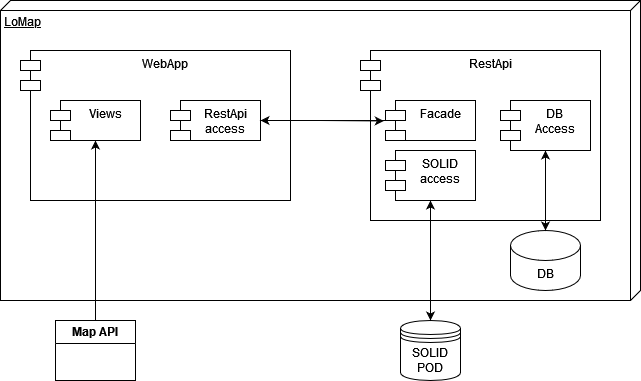
The draw.io diagram docs/images/5-BuildingBlock/BuildingBlockLvl2.drawio.png in Arquisoft/lomap_en1b, before a commit. Source tidied: cells renumbered, new cells last; positions are measured from the earlier drawing's top-left corner, leaving out a move shared by most shapes.
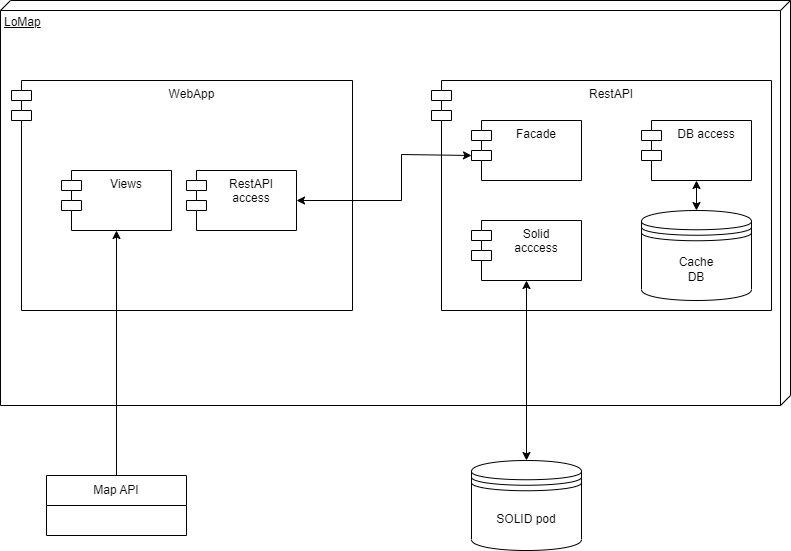
The same diagram one commit later.

Diff of the diagram source:
```diff
@@ -1,75 +1,56 @@
 <mxGraphModel>
   <root>
-    <mxCell id="0" />
-    <mxCell id="1" parent="0" />
+    <mxCell id="20" />
+    <mxCell id="21" parent="20" />
-    <mxCell id="2" value="LoMap" style="verticalAlign=top;align=left;spacingTop=8;spacingLeft=2;spacingRight=12;shape=cube;size=10;direction=south;fontStyle=4;html=1;whiteSpace=wrap;" parent="1" vertex="1">
-      <mxGeometry width="640" height="300" as="geometry" />
+    <mxCell id="2" value="LoMap" style="verticalAlign=top;align=left;spacingTop=8;spacingLeft=2;spacingRight=12;shape=cube;size=10;direction=south;fontStyle=4;html=1;" parent="21" vertex="1">
+      <mxGeometry x="-41" y="100" width="790" height="405" as="geometry" />
     </mxCell>
-    <mxCell id="3" value="WebApp" style="shape=module;align=left;spacingLeft=20;align=center;verticalAlign=top;whiteSpace=wrap;html=1;" parent="1" vertex="1">
-      <mxGeometry x="20" y="50" width="270" height="150" as="geometry" />
+    <mxCell id="3" value="WebApp" style="shape=module;align=left;spacingLeft=20;align=center;verticalAlign=top;" parent="21" vertex="1">
+      <mxGeometry x="-30" y="180" width="341" height="230" as="geometry" />
     </mxCell>
-    <mxCell id="4" value="RestApi" style="shape=module;align=left;spacingLeft=20;align=center;verticalAlign=top;whiteSpace=wrap;html=1;" parent="1" vertex="1">
-      <mxGeometry x="360" y="50" width="240" height="170" as="geometry" />
-    </mxCell>
-    <mxCell id="5" style="edgeStyle=orthogonalEdgeStyle;rounded=0;jettySize=auto;html=1;" parent="1" edge="1" source="6" target="19">
-      <mxGeometry relative="1" as="geometry" />
-    </mxCell>
-    <mxCell id="6" value="SOLID POD" style="shape=datastore;whiteSpace=wrap;html=1;" parent="1" vertex="1">
-      <mxGeometry x="400" y="320" width="60" height="60" as="geometry" />
-    </mxCell>
-    <mxCell id="7" style="edgeStyle=orthogonalEdgeStyle;rounded=0;jettySize=auto;html=1;entryX=0.5;entryY=1;entryDx=0;entryDy=0;exitX=0.5;exitY=0;exitDx=0;exitDy=0;exitPerimeter=0;" parent="1" edge="1" source="8" target="17">
-      <mxGeometry relative="1" as="geometry">
-        <Array as="points">
-          <mxPoint x="545" y="200" />
-          <mxPoint x="545" y="200" />
-        </Array>
-      </mxGeometry>
-    </mxCell>
-    <mxCell id="8" value="DB" style="shape=cylinder3;whiteSpace=wrap;html=1;boundedLbl=1;backgroundOutline=1;size=15;" parent="1" vertex="1">
-      <mxGeometry x="510" y="230" width="70" height="60" as="geometry" />
-    </mxCell>
+    <mxCell id="22" value="RestAPI" style="shape=module;align=left;spacingLeft=20;align=center;verticalAlign=top;" parent="21" vertex="1">
+      <mxGeometry x="390" y="180" width="340" height="230" as="geometry" />
+    </mxCell>
+    <mxCell id="23" value="Cache&lt;br&gt;DB" style="shape=datastore;whiteSpace=wrap;html=1;" parent="21" vertex="1">
+      <mxGeometry x="600" y="310" width="110" height="90" as="geometry" />
+    </mxCell>
-    <mxCell id="9" style="edgeStyle=orthogonalEdgeStyle;rounded=0;jettySize=auto;html=1;" parent="1" edge="1" source="10" target="11">
+    <mxCell id="9" style="edgeStyle=orthogonalEdgeStyle;rounded=0;jettySize=auto;html=1;exitX=0.5;exitY=0;exitDx=0;exitDy=0;entryX=0.5;entryY=1;entryDx=0;entryDy=0;startArrow=none;startFill=0;endArrow=classic;endFill=1;" parent="21" edge="1" source="10" target="11">
       <mxGeometry relative="1" as="geometry" />
     </mxCell>
-    <mxCell id="10" value="Map API" style="swimlane;whiteSpace=wrap;html=1;" parent="1" vertex="1">
-      <mxGeometry x="55" y="320" width="80" height="60" as="geometry" />
+    <mxCell id="10" value="Map API" style="swimlane;fontStyle=0;horizontal=1;startSize=30;whiteSpace=wrap;html=1;" parent="21" vertex="1">
+      <mxGeometry x="5" y="575" width="140" height="60" as="geometry" />
     </mxCell>
+    <mxCell id="15" value="Facade" style="shape=module;align=left;spacingLeft=20;align=center;verticalAlign=top;" parent="21" vertex="1">
+      <mxGeometry x="430" y="220" width="110" height="60" as="geometry" />
+    </mxCell>
+    <mxCell id="24" style="edgeStyle=orthogonalEdgeStyle;rounded=0;jettySize=auto;html=1;exitX=0.5;exitY=1;exitDx=0;exitDy=0;entryX=0.5;entryY=0;entryDx=0;entryDy=0;startArrow=classic;startFill=1;" parent="21" edge="1" source="25" target="23">
+      <mxGeometry relative="1" as="geometry" />
+    </mxCell>
+    <mxCell id="25" value="DB access" style="shape=module;align=left;spacingLeft=20;align=center;verticalAlign=top;" parent="21" vertex="1">
+      <mxGeometry x="600" y="220" width="110" height="60" as="geometry" />
+    </mxCell>
+    <mxCell id="26" style="edgeStyle=orthogonalEdgeStyle;rounded=0;jettySize=auto;html=1;exitX=1;exitY=0.5;exitDx=0;exitDy=0;entryX=0;entryY=0;entryDx=0;entryDy=35;entryPerimeter=0;startArrow=classic;startFill=1;" parent="21" edge="1" source="27" target="15">
+      <mxGeometry relative="1" as="geometry">
+        <Array as="points">
+          <mxPoint x="360" y="254" />
+          <mxPoint x="430" y="254" />
+        </Array>
+      </mxGeometry>
+    </mxCell>
+    <mxCell id="27" value="RestAPI&#10;access" style="shape=module;align=left;spacingLeft=20;align=center;verticalAlign=top;" parent="21" vertex="1">
+      <mxGeometry x="145" y="270" width="110" height="60" as="geometry" />
+    </mxCell>
-    <mxCell id="11" value="Views" style="shape=module;align=left;spacingLeft=20;align=center;verticalAlign=top;whiteSpace=wrap;html=1;" parent="1" vertex="1">
-      <mxGeometry x="50" y="100" width="90" height="40" as="geometry" />
+    <mxCell id="11" value="Views" style="shape=module;align=left;spacingLeft=20;align=center;verticalAlign=top;" parent="21" vertex="1">
+      <mxGeometry x="20" y="270" width="110" height="60" as="geometry" />
     </mxCell>
-    <mxCell id="12" style="edgeStyle=orthogonalEdgeStyle;rounded=0;jettySize=auto;html=1;entryX=-0.019;entryY=0.512;entryDx=0;entryDy=0;entryPerimeter=0;" parent="1" edge="1" source="13" target="15">
-      <mxGeometry relative="1" as="geometry">
-        <Array as="points">
-          <mxPoint x="320" y="120" />
-          <mxPoint x="320" y="120" />
-        </Array>
-      </mxGeometry>
-    </mxCell>
-    <mxCell id="13" value="&lt;div&gt;RestApi&lt;/div&gt;&lt;div&gt;access&lt;br&gt;&lt;/div&gt;" style="shape=module;align=left;spacingLeft=20;align=center;verticalAlign=top;whiteSpace=wrap;html=1;" parent="1" vertex="1">
-      <mxGeometry x="170" y="100" width="90" height="40" as="geometry" />
-    </mxCell>
-    <mxCell id="14" style="edgeStyle=orthogonalEdgeStyle;rounded=0;jettySize=auto;html=1;entryX=1;entryY=0.5;entryDx=0;entryDy=0;" parent="1" edge="1" source="15" target="13">
-      <mxGeometry relative="1" as="geometry">
-        <Array as="points">
-          <mxPoint x="320" y="120" />
-          <mxPoint x="320" y="120" />
-        </Array>
-      </mxGeometry>
-    </mxCell>
-    <mxCell id="15" value="Facade" style="shape=module;align=left;spacingLeft=20;align=center;verticalAlign=top;whiteSpace=wrap;html=1;" parent="1" vertex="1">
-      <mxGeometry x="385" y="100" width="90" height="40" as="geometry" />
-    </mxCell>
-    <mxCell id="16" style="edgeStyle=orthogonalEdgeStyle;rounded=0;jettySize=auto;html=1;" parent="1" edge="1" source="17" target="8">
-      <mxGeometry relative="1" as="geometry" />
-    </mxCell>
-    <mxCell id="17" value="&lt;div&gt;DB&lt;/div&gt;&lt;div&gt;Access&lt;br&gt;&lt;/div&gt;" style="shape=module;align=left;spacingLeft=20;align=center;verticalAlign=top;whiteSpace=wrap;html=1;" parent="1" vertex="1">
-      <mxGeometry x="500" y="100" width="90" height="50" as="geometry" />
-    </mxCell>
-    <mxCell id="18" style="edgeStyle=orthogonalEdgeStyle;rounded=0;jettySize=auto;html=1;" parent="1" edge="1" source="19" target="6">
-      <mxGeometry relative="1" as="geometry" />
-    </mxCell>
-    <mxCell id="19" value="&lt;div&gt;SOLID &lt;br&gt;&lt;/div&gt;&lt;div&gt;access&lt;/div&gt;" style="shape=module;align=left;spacingLeft=20;align=center;verticalAlign=top;whiteSpace=wrap;html=1;" parent="1" vertex="1">
-      <mxGeometry x="385" y="150" width="90" height="50" as="geometry" />
-    </mxCell>
+    <mxCell id="28" value="Solid&#10;acccess" style="shape=module;align=left;spacingLeft=20;align=center;verticalAlign=top;" parent="21" vertex="1">
+      <mxGeometry x="430" y="320" width="110" height="60" as="geometry" />
+    </mxCell>
+    <mxCell id="29" value="SOLID pod" style="shape=datastore;whiteSpace=wrap;html=1;" parent="21" vertex="1">
+      <mxGeometry x="430" y="560" width="110" height="90" as="geometry" />
+    </mxCell>
+    <mxCell id="30" style="edgeStyle=orthogonalEdgeStyle;rounded=0;jettySize=auto;html=1;exitX=0.5;exitY=1;exitDx=0;exitDy=0;entryX=0.5;entryY=0;entryDx=0;entryDy=0;startArrow=classic;startFill=1;" parent="21" edge="1" source="28" target="29">
+      <mxGeometry relative="1" as="geometry" />
+    </mxCell>
   </root>
 </mxGraphModel>
```
